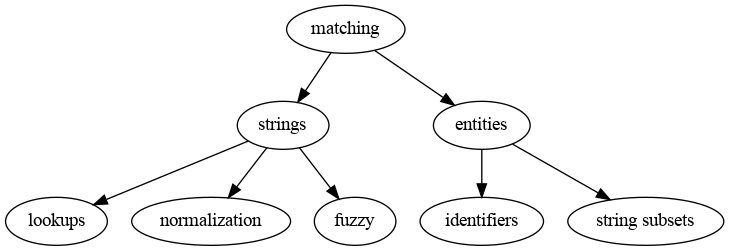
miku/fuzzycat keeps this Graphviz diagram as static/approach.png. Above is the earlier version. Its source is kept beside it as static/approach.dot.
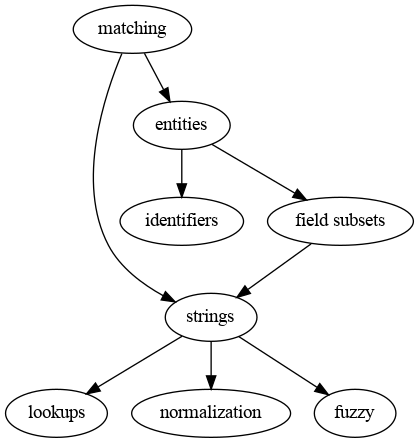
The same diagram one commit later.

The edit, as a diff of the source:
```diff
@@ -7,5 +7,7 @@
     "strings" -> "fuzzy";
 
     "entities" -> "identifiers";
-    "entities" -> "string subsets";
+    "entities" -> "field subsets";
+
+    "field subsets" -> "strings";
 }
```
